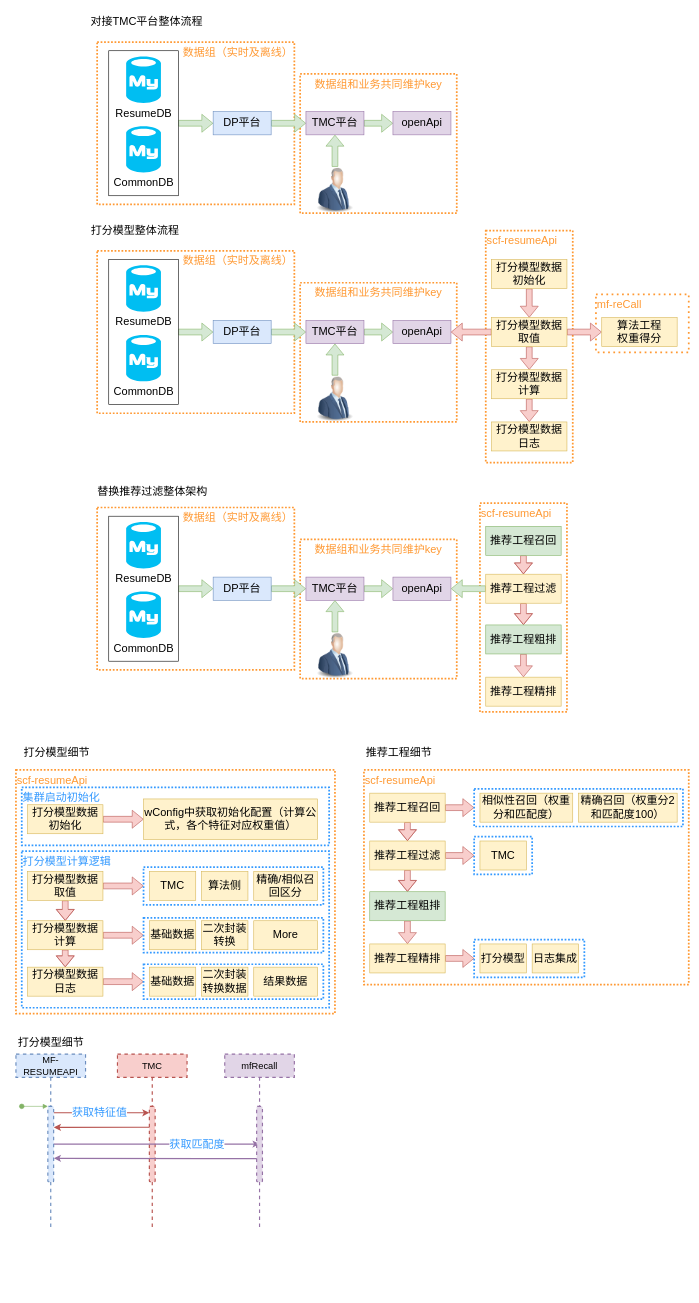
LuOyEbY/draw-b keeps this draw.io diagram as 简历打分.drawio. Above is the earlier version. Source tidied: cells renumbered, new cells numbered last; positions are measured from the earlier drawing's top-left corner, leaving out a move shared by most shapes. Both pictures are drawn from the tidied source at 58%, with x=0, y=0 at pixel (10, 10).
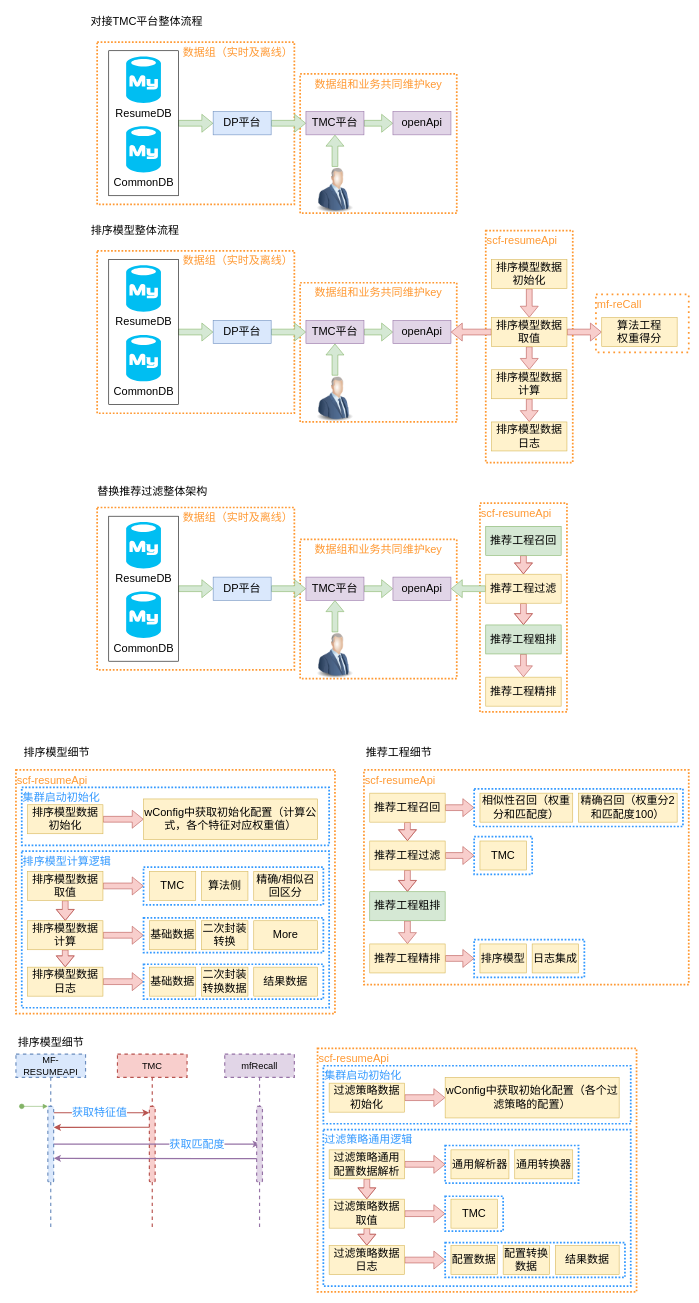
The same page after the edit.

Commit message:
更新简历打分.drawio

The edit, as a diff of the source:
```diff
@@
-    <mxCell id="3" value="打分模型计算逻辑" style="rounded=0;whiteSpace=wrap;html=1;dashed=1;dashPattern=1 1;strokeColor=#3399FF;strokeWidth=3;fontSize=19;fontColor=#3399FF;align=left;verticalAlign=top;" parent="1" vertex="1">
+    <mxCell id="3" value="排序模型计算逻辑" style="rounded=0;whiteSpace=wrap;html=1;dashed=1;dashPattern=1 1;strokeColor=#3399FF;strokeWidth=3;fontSize=19;fontColor=#3399FF;align=left;verticalAlign=top;" parent="1" vertex="1">
       <mxGeometry x="20" y="1450" width="530" height="270" as="geometry" />
     </mxCell>
@@
-    <mxCell id="23" value="打分模型整体流程" style="text;html=1;align=center;verticalAlign=middle;strokeColor=none;fillColor=none;fontSize=19;" parent="1" vertex="1">
+    <mxCell id="23" value="排序模型整体流程" style="text;html=1;align=center;verticalAlign=middle;strokeColor=none;fillColor=none;fontSize=19;" parent="1" vertex="1">
       <mxGeometry x="125" y="360" width="180" height="40" as="geometry" />
     </mxCell>
@@
-    <mxCell id="36" value="打分模型数据初始化" style="rounded=0;whiteSpace=wrap;html=1;fontSize=19;fillColor=#fff2cc;strokeColor=#d6b656;" parent="1" vertex="1">
+    <mxCell id="36" value="排序模型数据初始化" style="rounded=0;whiteSpace=wrap;html=1;fontSize=19;fillColor=#fff2cc;strokeColor=#d6b656;" parent="1" vertex="1">
       <mxGeometry x="830" y="430" width="130" height="50" as="geometry" />
     </mxCell>
@@
-    <mxCell id="40" value="打分模型数据&lt;br&gt;取值" style="rounded=0;whiteSpace=wrap;html=1;fontSize=19;fillColor=#fff2cc;strokeColor=#d6b656;" parent="1" vertex="1">
+    <mxCell id="40" value="排序模型数据&lt;br&gt;取值" style="rounded=0;whiteSpace=wrap;html=1;fontSize=19;fillColor=#fff2cc;strokeColor=#d6b656;" parent="1" vertex="1">
       <mxGeometry x="830" y="530" width="130" height="50" as="geometry" />
     </mxCell>
@@
-    <mxCell id="42" value="打分模型数据&lt;br&gt;计算" style="rounded=0;whiteSpace=wrap;html=1;fontSize=19;fillColor=#fff2cc;strokeColor=#d6b656;" parent="1" vertex="1">
+    <mxCell id="42" value="排序模型数据&lt;br&gt;计算" style="rounded=0;whiteSpace=wrap;html=1;fontSize=19;fillColor=#fff2cc;strokeColor=#d6b656;" parent="1" vertex="1">
       <mxGeometry x="830" y="620" width="130" height="50" as="geometry" />
     </mxCell>
-    <mxCell id="43" value="打分模型数据&lt;br&gt;日志" style="rounded=0;whiteSpace=wrap;html=1;fontSize=19;fillColor=#fff2cc;strokeColor=#d6b656;" parent="1" vertex="1">
+    <mxCell id="43" value="排序模型数据&lt;br&gt;日志" style="rounded=0;whiteSpace=wrap;html=1;fontSize=19;fillColor=#fff2cc;strokeColor=#d6b656;" parent="1" vertex="1">
       <mxGeometry x="830" y="710" width="130" height="50" as="geometry" />
     </mxCell>
@@
-    <mxCell id="68" value="打分模型细节" style="text;html=1;align=center;verticalAlign=middle;strokeColor=none;fillColor=none;fontSize=19;" parent="1" vertex="1">
+    <mxCell id="68" value="排序模型细节" style="text;html=1;align=center;verticalAlign=middle;strokeColor=none;fillColor=none;fontSize=19;" parent="1" vertex="1">
       <mxGeometry x="10" y="1260" width="140" height="40" as="geometry" />
     </mxCell>
@@
-    <mxCell id="70" value="打分模型数据初始化" style="rounded=0;whiteSpace=wrap;html=1;fontSize=19;fillColor=#fff2cc;strokeColor=#d6b656;" parent="1" vertex="1">
+    <mxCell id="70" value="排序模型数据初始化" style="rounded=0;whiteSpace=wrap;html=1;fontSize=19;fillColor=#fff2cc;strokeColor=#d6b656;" parent="1" vertex="1">
       <mxGeometry x="30" y="1370" width="130" height="50" as="geometry" />
     </mxCell>
@@
-    <mxCell id="73" value="打分模型数据取值" style="rounded=0;whiteSpace=wrap;html=1;fontSize=19;fillColor=#fff2cc;strokeColor=#d6b656;" parent="1" vertex="1">
+    <mxCell id="73" value="排序模型数据取值" style="rounded=0;whiteSpace=wrap;html=1;fontSize=19;fillColor=#fff2cc;strokeColor=#d6b656;" parent="1" vertex="1">
       <mxGeometry x="30" y="1485" width="130" height="50" as="geometry" />
     </mxCell>
@@
-    <mxCell id="76" value="打分模型数据&lt;br&gt;计算" style="rounded=0;whiteSpace=wrap;html=1;fontSize=19;fillColor=#fff2cc;strokeColor=#d6b656;" parent="1" vertex="1">
+    <mxCell id="76" value="排序模型数据&lt;br&gt;计算" style="rounded=0;whiteSpace=wrap;html=1;fontSize=19;fillColor=#fff2cc;strokeColor=#d6b656;" parent="1" vertex="1">
       <mxGeometry x="30" y="1570" width="130" height="50" as="geometry" />
     </mxCell>
@@
-    <mxCell id="78" value="打分模型数据&lt;br&gt;日志" style="rounded=0;whiteSpace=wrap;html=1;fontSize=19;fillColor=#fff2cc;strokeColor=#d6b656;" parent="1" vertex="1">
+    <mxCell id="78" value="排序模型数据&lt;br&gt;日志" style="rounded=0;whiteSpace=wrap;html=1;fontSize=19;fillColor=#fff2cc;strokeColor=#d6b656;" parent="1" vertex="1">
       <mxGeometry x="30" y="1650" width="130" height="50" as="geometry" />
     </mxCell>
@@
-    <mxCell id="107" value="打分模型" style="rounded=0;whiteSpace=wrap;html=1;fontSize=19;fillColor=#fff2cc;strokeColor=#d6b656;" parent="1" vertex="1">
+    <mxCell id="107" value="排序模型" style="rounded=0;whiteSpace=wrap;html=1;fontSize=19;fillColor=#fff2cc;strokeColor=#d6b656;" parent="1" vertex="1">
       <mxGeometry x="810" y="1610" width="80" height="50" as="geometry" />
     </mxCell>
@@
-    <mxCell id="121" value="打分模型细节" style="text;html=1;align=center;verticalAlign=middle;strokeColor=none;fillColor=none;fontSize=19;" parent="1" vertex="1">
+    <mxCell id="121" value="排序模型细节" style="text;html=1;align=center;verticalAlign=middle;strokeColor=none;fillColor=none;fontSize=19;" parent="1" vertex="1">
       <mxGeometry y="1760" width="140" height="40" as="geometry" />
     </mxCell>
@@
+    <mxCell id="126" value="scf-resumeApi" style="rounded=0;whiteSpace=wrap;html=1;fontSize=19;dashed=1;dashPattern=1 1;strokeWidth=3;strokeColor=#FF9933;align=left;verticalAlign=top;fontColor=#FF9933;" parent="1" vertex="1">
+      <mxGeometry x="530" y="1790" width="550" height="420" as="geometry" />
+    </mxCell>
+    <mxCell id="127" value="过滤策略通用逻辑" style="rounded=0;whiteSpace=wrap;html=1;dashed=1;dashPattern=1 1;strokeColor=#3399FF;strokeWidth=3;fontSize=19;fontColor=#3399FF;align=left;verticalAlign=top;" parent="1" vertex="1">
+      <mxGeometry x="540" y="1930" width="530" height="270" as="geometry" />
+    </mxCell>
+    <mxCell id="128" value="集群启动初始化" style="rounded=0;whiteSpace=wrap;html=1;dashed=1;dashPattern=1 1;strokeColor=#3399FF;strokeWidth=3;fontSize=19;fontColor=#3399FF;align=left;verticalAlign=top;" parent="1" vertex="1">
+      <mxGeometry x="540" y="1820" width="530" height="100" as="geometry" />
+    </mxCell>
+    <mxCell id="129" style="edgeStyle=orthogonalEdgeStyle;shape=flexArrow;rounded=0;jettySize=auto;html=1;fontSize=19;fontColor=#FF9933;fillColor=#f8cecc;strokeColor=#b85450;" parent="1" edge="1" source="130" target="139">
+      <mxGeometry relative="1" as="geometry" />
+    </mxCell>
+    <mxCell id="130" value="过滤策略数据初始化" style="rounded=0;whiteSpace=wrap;html=1;fontSize=19;fillColor=#fff2cc;strokeColor=#d6b656;" parent="1" vertex="1">
+      <mxGeometry x="550" y="1850" width="130" height="50" as="geometry" />
+    </mxCell>
+    <mxCell id="131" style="edgeStyle=orthogonalEdgeStyle;shape=flexArrow;rounded=0;jettySize=auto;html=1;fontSize=19;fillColor=#f8cecc;strokeColor=#b85450;" parent="1" edge="1" source="133" target="136">
+      <mxGeometry relative="1" as="geometry" />
+    </mxCell>
+    <mxCell id="132" style="edgeStyle=orthogonalEdgeStyle;shape=flexArrow;rounded=0;jettySize=auto;html=1;entryX=0;entryY=0.5;entryDx=0;entryDy=0;fontSize=19;fontColor=#3399FF;fillColor=#f8cecc;strokeColor=#b85450;" parent="1" edge="1" source="133" target="140">
+      <mxGeometry relative="1" as="geometry" />
+    </mxCell>
+    <mxCell id="133" value="过滤策略通用配置数据解析" style="rounded=0;whiteSpace=wrap;html=1;fontSize=19;fillColor=#fff2cc;strokeColor=#d6b656;" parent="1" vertex="1">
+      <mxGeometry x="550" y="1965" width="130" height="50" as="geometry" />
+    </mxCell>
+    <mxCell id="134" style="edgeStyle=orthogonalEdgeStyle;shape=flexArrow;rounded=0;jettySize=auto;html=1;fontSize=19;fillColor=#f8cecc;strokeColor=#b85450;" parent="1" edge="1" source="136" target="138">
+      <mxGeometry relative="1" as="geometry" />
+    </mxCell>
+    <mxCell id="135" style="edgeStyle=orthogonalEdgeStyle;shape=flexArrow;rounded=0;jettySize=auto;html=1;entryX=0;entryY=0.5;entryDx=0;entryDy=0;fontSize=19;fontColor=#3399FF;fillColor=#f8cecc;strokeColor=#b85450;" parent="1" edge="1" source="136" target="142">
+      <mxGeometry relative="1" as="geometry" />
+    </mxCell>
+    <mxCell id="136" value="过滤策略数据取值" style="rounded=0;whiteSpace=wrap;html=1;fontSize=19;fillColor=#fff2cc;strokeColor=#d6b656;" parent="1" vertex="1">
+      <mxGeometry x="550" y="2050" width="130" height="50" as="geometry" />
+    </mxCell>
+    <mxCell id="137" style="edgeStyle=orthogonalEdgeStyle;shape=flexArrow;rounded=0;jettySize=auto;html=1;entryX=0;entryY=0.5;entryDx=0;entryDy=0;fontSize=19;fontColor=#3399FF;fillColor=#f8cecc;strokeColor=#b85450;" parent="1" edge="1" source="138" target="144">
+      <mxGeometry relative="1" as="geometry" />
+    </mxCell>
+    <mxCell id="138" value="过滤策略数据&lt;br&gt;日志" style="rounded=0;whiteSpace=wrap;html=1;fontSize=19;fillColor=#fff2cc;strokeColor=#d6b656;" parent="1" vertex="1">
+      <mxGeometry x="550" y="2130" width="130" height="50" as="geometry" />
+    </mxCell>
+    <mxCell id="139" value="wConfig中获取初始化配置（各个过滤策略的配置）" style="rounded=0;whiteSpace=wrap;html=1;fontSize=19;fillColor=#fff2cc;strokeColor=#d6b656;" parent="1" vertex="1">
+      <mxGeometry x="750" y="1840" width="300" height="70" as="geometry" />
+    </mxCell>
+    <mxCell id="140" style="rounded=0;whiteSpace=wrap;html=1;dashed=1;dashPattern=1 1;strokeColor=#3399FF;strokeWidth=3;fontSize=19;fontColor=#3399FF;" parent="1" vertex="1">
+      <mxGeometry x="750" y="1957.5" width="230" height="65" as="geometry" />
+    </mxCell>
+    <mxCell id="141" value="通用解析器" style="rounded=0;whiteSpace=wrap;html=1;fontSize=19;fillColor=#fff2cc;strokeColor=#d6b656;" parent="1" vertex="1">
+      <mxGeometry x="760" y="1965" width="100" height="50" as="geometry" />
+    </mxCell>
+    <mxCell id="142" style="rounded=0;whiteSpace=wrap;html=1;dashed=1;dashPattern=1 1;strokeColor=#3399FF;strokeWidth=3;fontSize=19;fontColor=#3399FF;" parent="1" vertex="1">
+      <mxGeometry x="750" y="2045" width="100" height="60" as="geometry" />
+    </mxCell>
+    <mxCell id="143" value="TMC" style="rounded=0;whiteSpace=wrap;html=1;fontSize=19;fillColor=#fff2cc;strokeColor=#d6b656;" parent="1" vertex="1">
+      <mxGeometry x="760" y="2050" width="80" height="50" as="geometry" />
+    </mxCell>
+    <mxCell id="144" style="rounded=0;whiteSpace=wrap;html=1;dashed=1;dashPattern=1 1;strokeColor=#3399FF;strokeWidth=3;fontSize=19;fontColor=#3399FF;" parent="1" vertex="1">
+      <mxGeometry x="750" y="2125" width="310" height="60" as="geometry" />
+    </mxCell>
+    <mxCell id="145" value="配置数据" style="rounded=0;whiteSpace=wrap;html=1;fontSize=19;fillColor=#fff2cc;strokeColor=#d6b656;" parent="1" vertex="1">
+      <mxGeometry x="760" y="2130" width="80" height="50" as="geometry" />
+    </mxCell>
+    <mxCell id="146" value="配置转换数据" style="rounded=0;whiteSpace=wrap;html=1;fontSize=19;fillColor=#fff2cc;strokeColor=#d6b656;" parent="1" vertex="1">
+      <mxGeometry x="850" y="2130" width="80" height="50" as="geometry" />
+    </mxCell>
+    <mxCell id="147" value="结果数据" style="rounded=0;whiteSpace=wrap;html=1;fontSize=19;fillColor=#fff2cc;strokeColor=#d6b656;" parent="1" vertex="1">
+      <mxGeometry x="940" y="2130" width="110" height="50" as="geometry" />
+    </mxCell>
+    <mxCell id="148" value="通用转换器" style="rounded=0;whiteSpace=wrap;html=1;fontSize=19;fillColor=#fff2cc;strokeColor=#d6b656;" parent="1" vertex="1">
+      <mxGeometry x="870" y="1965" width="100" height="50" as="geometry" />
+    </mxCell>
```
